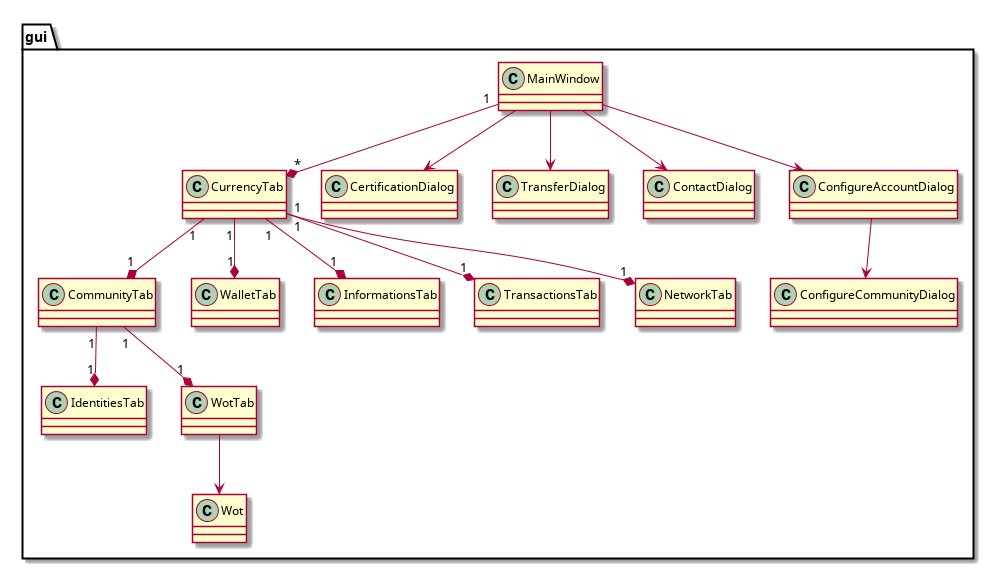
duniter/sakia keeps this PlantUML diagram as doc/uml/gui-classes.png. Above is the earlier version.
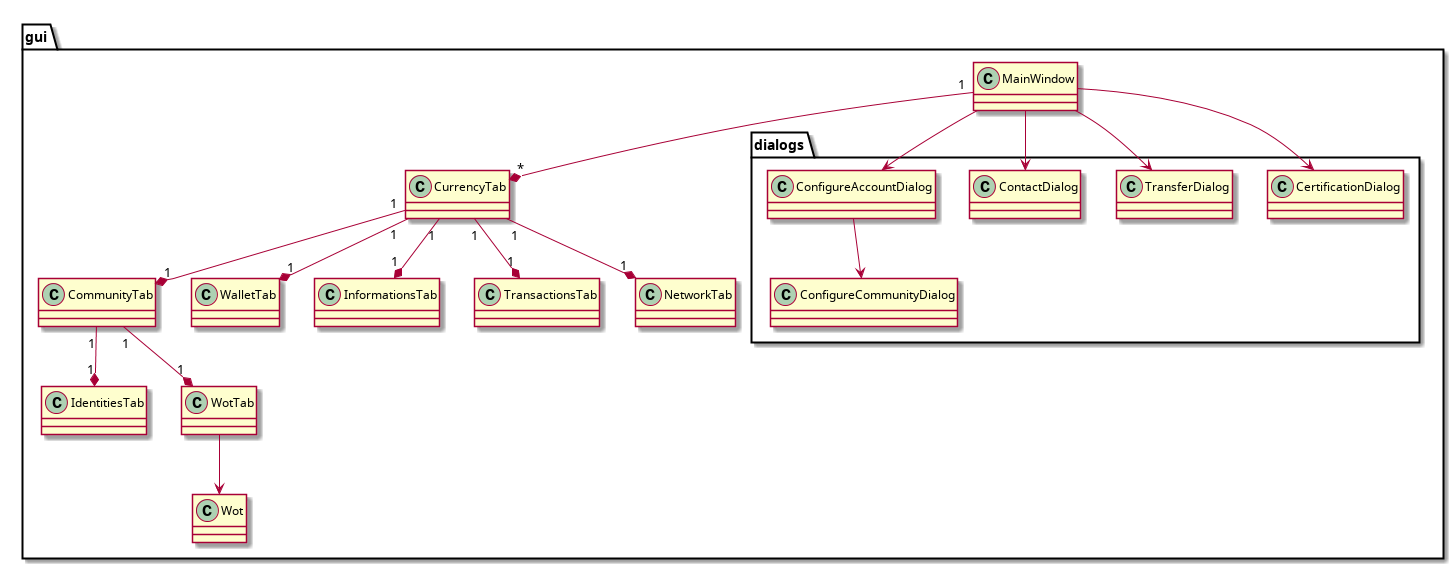
Above is the later version.

What changed in the source:
```diff
@@ -38,11 +38,13 @@
 
 		class WotTab {
 		}
+		package dialogs {
 		class CertificationDialog
 		class TransferDialog
 		class ContactDialog
 		class ConfigureAccountDialog
 		class ConfigureCommunityDialog
+		}
 
 	MainWindow --> CertificationDialog
 	MainWindow --> TransferDialog
```
